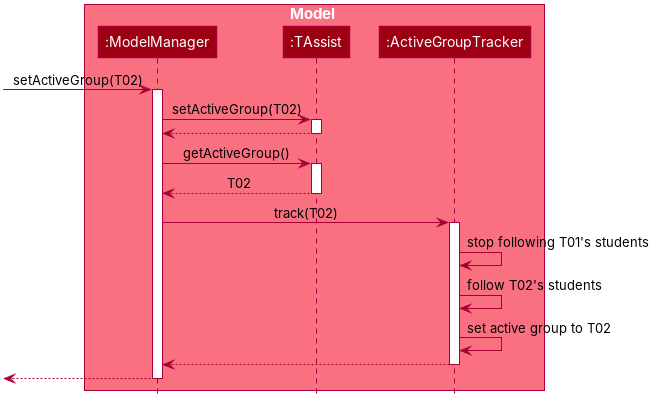
AY2627S1-CS2103T-T12-4/tp keeps this PlantUML diagram as docs/images/ActiveGroupSequenceDiagram.png. Above is the earlier version. Its source is kept beside it as docs/diagrams/ActiveGroupSequenceDiagram.puml. Its diagram source:
```plantuml
@startuml
!include style.puml
skinparam ArrowFontStyle plain

box Model MODEL_COLOR_T1
participant ":ModelManager" as ModelManager MODEL_COLOR
participant ":TAssist" as TAssist MODEL_COLOR
participant ":ActiveGroupTracker" as ActiveGroupTracker MODEL_COLOR
end box

[-> ModelManager : setActiveGroup(T02)
activate ModelManager

ModelManager -> TAssist : setActiveGroup(T02)
activate TAssist
TAssist --> ModelManager
deactivate TAssist

ModelManager -> TAssist : getActiveGroup()
activate TAssist
TAssist --> ModelManager : T02
deactivate TAssist

ModelManager -> ActiveGroupTracker : track(T02)
activate ActiveGroupTracker

ActiveGroupTracker -> ActiveGroupTracker : stop following T01's students
ActiveGroupTracker -> ActiveGroupTracker : follow T02's students
ActiveGroupTracker -> ActiveGroupTracker : set active group to T02

ActiveGroupTracker --> ModelManager
deactivate ActiveGroupTracker

[<-- ModelManager
deactivate ModelManager

@enduml
```
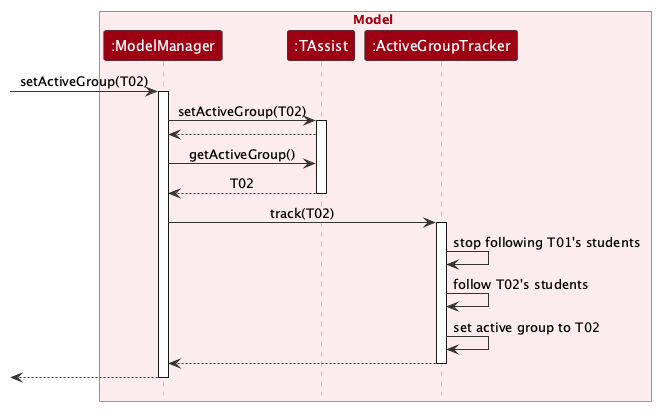
After the change.

Commit message:
Soften the colors of the active group diagram

The saturated pink box made the text hard to read. Use a light box with
the usual dark red participants, and merge the two TAssist calls into
one activation.

Change to the diagram source:
```diff
@@ -1,8 +1,12 @@
 @startuml
 !include style.puml
 skinparam ArrowFontStyle plain
+skinparam SequenceBoxFontColor MODEL_COLOR
+skinparam SequenceBoxBorderColor MODEL_COLOR
+skinparam SequenceArrowColor #333333
+skinparam SequenceLifeLineBorderColor #999999
 
-box Model MODEL_COLOR_T1
+box Model #FDECEE
 participant ":ModelManager" as ModelManager MODEL_COLOR
 participant ":TAssist" as TAssist MODEL_COLOR
 participant ":ActiveGroupTracker" as ActiveGroupTracker MODEL_COLOR
@@ -14,10 +18,8 @@
 ModelManager -> TAssist : setActiveGroup(T02)
 activate TAssist
 TAssist --> ModelManager
-deactivate TAssist
 
 ModelManager -> TAssist : getActiveGroup()
-activate TAssist
 TAssist --> ModelManager : T02
 deactivate TAssist
 
```
